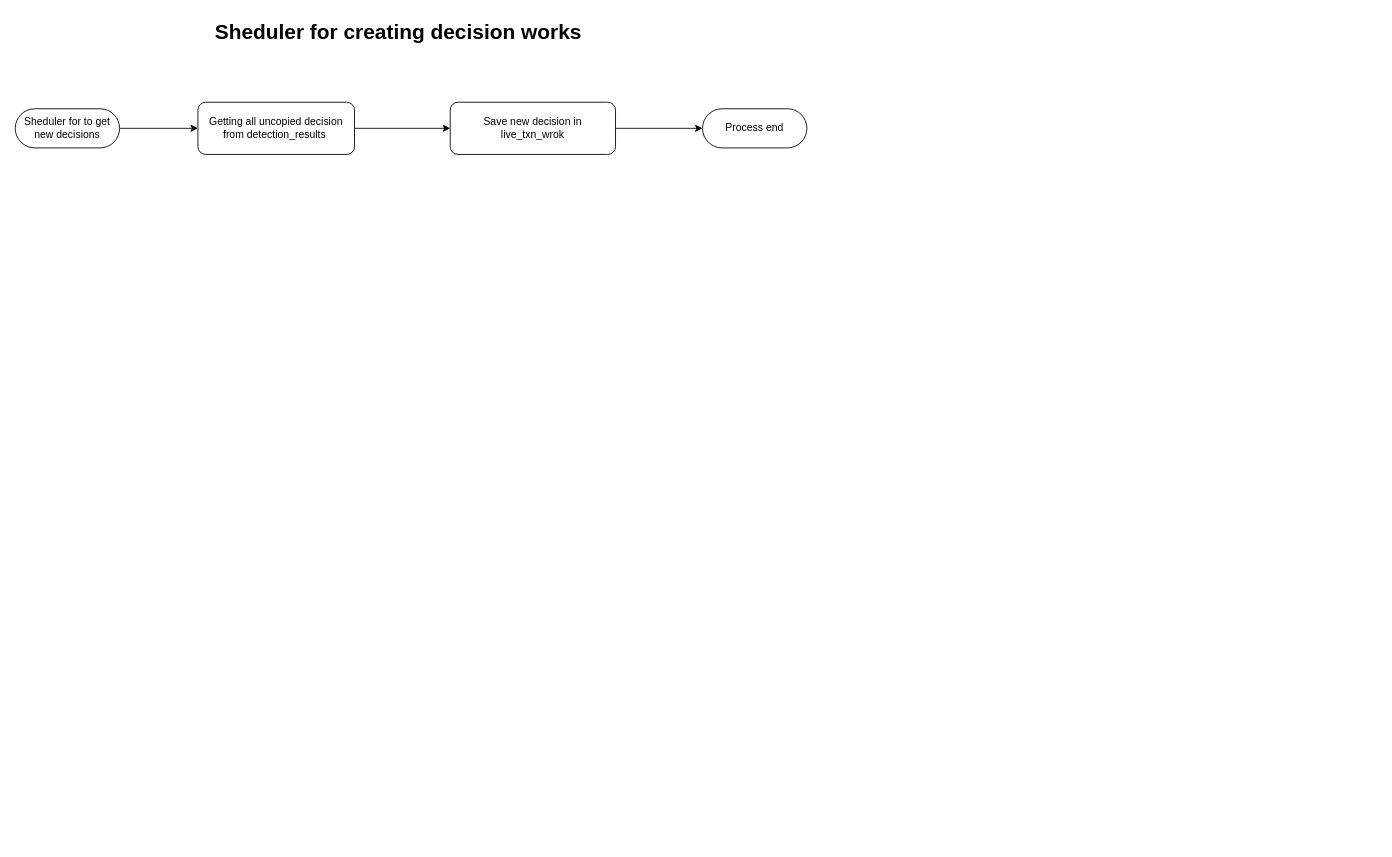
Earlier version of the draw.io diagram live-txn-feedback-flow-diagram.drawio (bb-midhunps/diagrams). Source tidied: cells renumbered, new cells numbered last; positions are measured from the earlier drawing's top-left corner, leaving out a move shared by most shapes. Both pictures are drawn from the tidied source at 87%, with x=0, y=0 at pixel (15, 15).
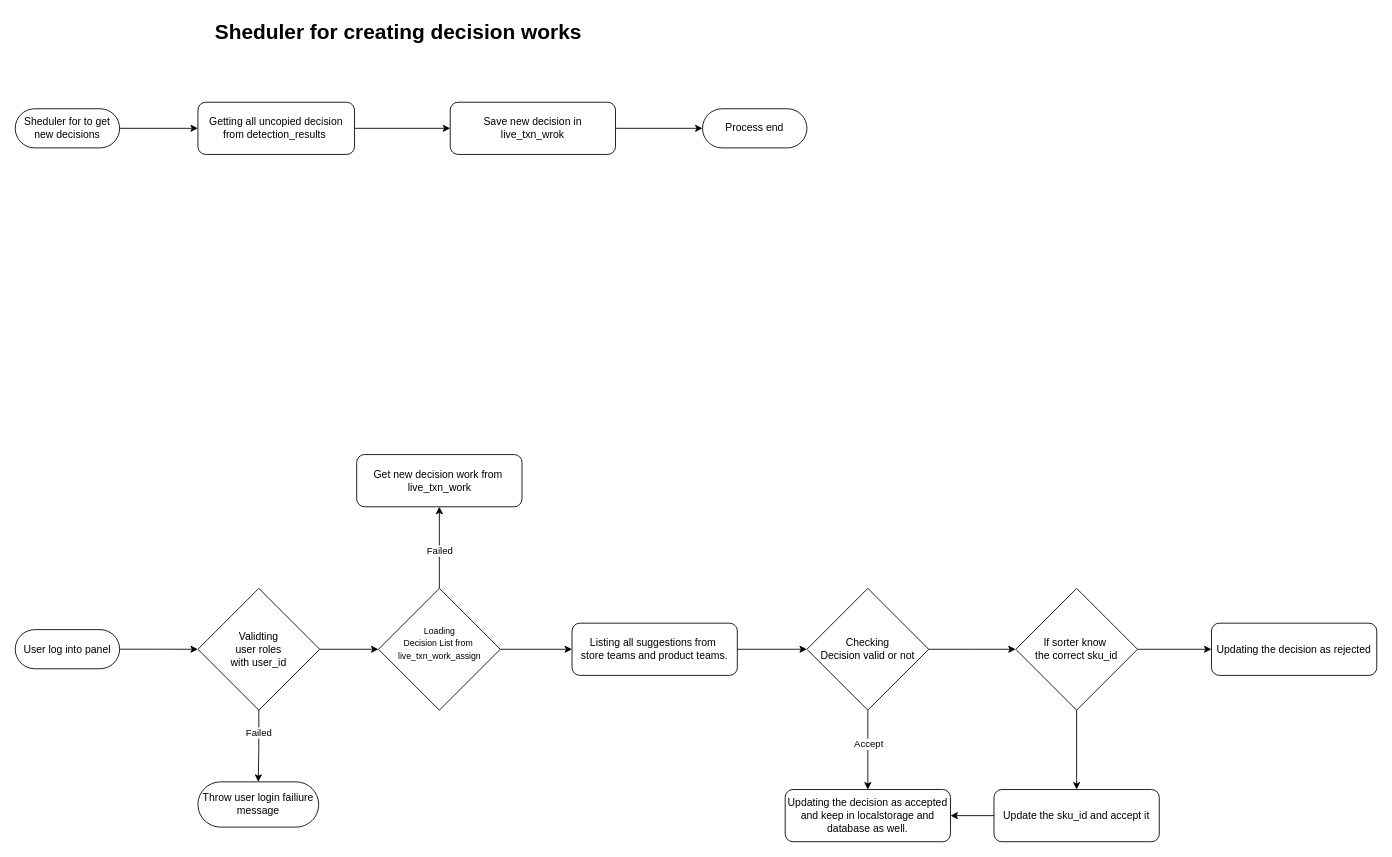
The same diagram, later.

Change to the diagram source:
```diff
@@
+    <mxCell id="10" style="edgeStyle=orthogonalEdgeStyle;rounded=0;jettySize=auto;html=1;" parent="1" edge="1" source="11" target="15">
+      <mxGeometry relative="1" as="geometry" />
+    </mxCell>
+    <mxCell id="11" value="User log into panel" style="html=1;dashed=0;whiteSpace=wrap;shape=mxgraph.dfd.start;" parent="1" vertex="1">
+      <mxGeometry y="706.2" width="120" height="45" as="geometry" />
+    </mxCell>
+    <mxCell id="12" style="edgeStyle=orthogonalEdgeStyle;rounded=0;jettySize=auto;html=1;" parent="1" edge="1" source="15" target="16">
+      <mxGeometry relative="1" as="geometry" />
+    </mxCell>
+    <mxCell id="13" value="Failed" style="edgeLabel;html=1;align=center;verticalAlign=middle;" parent="12" vertex="1">
+      <mxGeometry x="-0.37" y="-1" relative="1" as="geometry" />
+    </mxCell>
+    <mxCell id="14" style="edgeStyle=orthogonalEdgeStyle;rounded=0;jettySize=auto;html=1;" parent="1" edge="1" source="15" target="21">
+      <mxGeometry relative="1" as="geometry" />
+    </mxCell>
+    <mxCell id="15" value="Validting &lt;br&gt;user roles&lt;br&gt;with user_id" style="rhombus;whiteSpace=wrap;html=1;dashed=0;" parent="1" vertex="1">
+      <mxGeometry x="210" y="658.8" width="140" height="140" as="geometry" />
+    </mxCell>
+    <mxCell id="16" value="Throw user login failiure message" style="html=1;dashed=0;whiteSpace=wrap;shape=mxgraph.dfd.start;" parent="1" vertex="1">
+      <mxGeometry x="210" y="881.2" width="138.8" height="52" as="geometry" />
+    </mxCell>
+    <mxCell id="17" value="Get new decision work from&amp;nbsp;&lt;br&gt;live_txn_work" style="whiteSpace=wrap;html=1;rounded=1;glass=0;strokeWidth=1;shadow=0;" parent="1" vertex="1">
+      <mxGeometry x="392.5" y="505" width="190" height="60" as="geometry" />
+    </mxCell>
+    <mxCell id="18" style="edgeStyle=orthogonalEdgeStyle;rounded=0;jettySize=auto;html=1;strokeColor=default;" parent="1" edge="1" source="21" target="17">
+      <mxGeometry relative="1" as="geometry" />
+    </mxCell>
+    <mxCell id="19" value="Failed" style="edgeLabel;html=1;align=center;verticalAlign=middle;" parent="18" vertex="1">
+      <mxGeometry x="-0.09" relative="1" as="geometry" />
+    </mxCell>
+    <mxCell id="20" style="edgeStyle=orthogonalEdgeStyle;rounded=0;jettySize=auto;html=1;" parent="1" edge="1" source="21" target="23">
+      <mxGeometry relative="1" as="geometry" />
+    </mxCell>
+    <mxCell id="21" value="&lt;font style=&quot;font-size: 10px;&quot;&gt;Loading &lt;br&gt;Decision List from&amp;nbsp;&lt;br&gt;live_txn_work_assign&lt;br&gt;&lt;br&gt;&lt;/font&gt;" style="rhombus;whiteSpace=wrap;html=1;dashed=0;" parent="1" vertex="1">
+      <mxGeometry x="417.5" y="658.8" width="140" height="140" as="geometry" />
+    </mxCell>
+    <mxCell id="22" style="edgeStyle=orthogonalEdgeStyle;rounded=0;jettySize=auto;html=1;" parent="1" edge="1" source="23" target="27">
+      <mxGeometry relative="1" as="geometry" />
+    </mxCell>
+    <mxCell id="23" value="Listing all suggestions from&amp;nbsp;&lt;br&gt;store teams and product teams." style="whiteSpace=wrap;html=1;rounded=1;glass=0;strokeWidth=1;shadow=0;" parent="1" vertex="1">
+      <mxGeometry x="640" y="698.8" width="190" height="60" as="geometry" />
+    </mxCell>
+    <mxCell id="24" style="edgeStyle=orthogonalEdgeStyle;rounded=0;jettySize=auto;html=1;" parent="1" edge="1" source="27" target="28">
+      <mxGeometry relative="1" as="geometry" />
+    </mxCell>
+    <mxCell id="25" value="Accept" style="edgeLabel;html=1;align=center;verticalAlign=middle;" parent="24" vertex="1">
+      <mxGeometry x="-0.14" relative="1" as="geometry" />
+    </mxCell>
+    <mxCell id="26" style="edgeStyle=orthogonalEdgeStyle;rounded=0;jettySize=auto;html=1;" parent="1" edge="1" source="27">
+      <mxGeometry relative="1" as="geometry">
+        <mxPoint x="1150" y="728.8" as="targetPoint" />
+      </mxGeometry>
+    </mxCell>
+    <mxCell id="27" value="Checking &lt;br&gt;Decision valid or not" style="rhombus;whiteSpace=wrap;html=1;dashed=0;" parent="1" vertex="1">
+      <mxGeometry x="910" y="658.8" width="140" height="140" as="geometry" />
+    </mxCell>
+    <mxCell id="28" value="Updating the decision as accepted and keep in localstorage and database as well." style="whiteSpace=wrap;html=1;rounded=1;glass=0;strokeWidth=1;shadow=0;" parent="1" vertex="1">
+      <mxGeometry x="885" y="890" width="190" height="60" as="geometry" />
+    </mxCell>
+    <mxCell id="29" style="edgeStyle=orthogonalEdgeStyle;rounded=0;jettySize=auto;html=1;" parent="1" edge="1" source="31" target="33">
+      <mxGeometry relative="1" as="geometry" />
+    </mxCell>
+    <mxCell id="30" style="edgeStyle=orthogonalEdgeStyle;rounded=0;jettySize=auto;html=1;" parent="1" edge="1" source="31" target="34">
+      <mxGeometry relative="1" as="geometry" />
+    </mxCell>
+    <mxCell id="31" value="If sorter know&amp;nbsp;&lt;br&gt;the correct sku_id" style="rhombus;whiteSpace=wrap;html=1;dashed=0;" parent="1" vertex="1">
+      <mxGeometry x="1150" y="658.8" width="140" height="140" as="geometry" />
+    </mxCell>
+    <mxCell id="32" style="edgeStyle=orthogonalEdgeStyle;rounded=0;jettySize=auto;html=1;" parent="1" edge="1" source="33" target="28">
+      <mxGeometry relative="1" as="geometry" />
+    </mxCell>
+    <mxCell id="33" value="Update the sku_id and accept it" style="whiteSpace=wrap;html=1;rounded=1;glass=0;strokeWidth=1;shadow=0;" parent="1" vertex="1">
+      <mxGeometry x="1125" y="890" width="190" height="60" as="geometry" />
+    </mxCell>
+    <mxCell id="34" value="Updating the decision as rejected" style="whiteSpace=wrap;html=1;rounded=1;glass=0;strokeWidth=1;shadow=0;" parent="1" vertex="1">
+      <mxGeometry x="1375" y="698.8" width="190" height="60" as="geometry" />
+    </mxCell>
```
